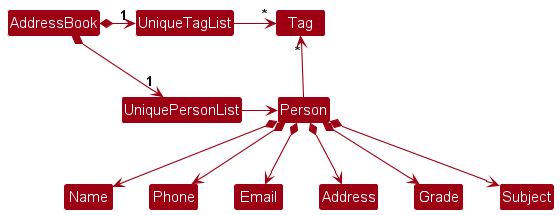
nus-cs2103-AY2324S2/tp keeps this PlantUML diagram as docs/images/BetterModelClassDiagram.png. Above is the earlier version. Its source is kept beside it as docs/diagrams/BetterModelClassDiagram.puml.
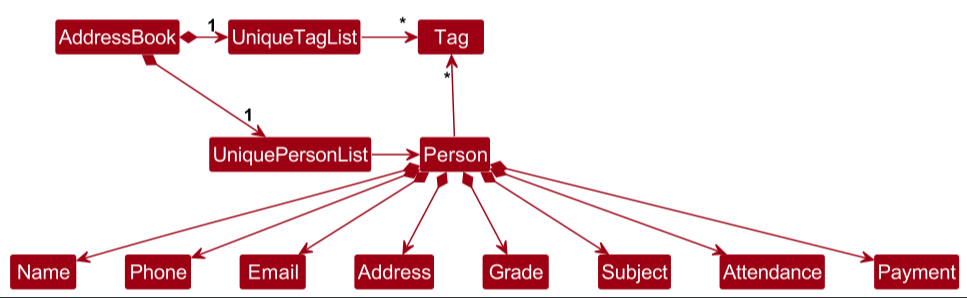
After the change.

Commit message:
update UML file to include attendance and payment in class diagram

What changed in the source:
```diff
@@ -20,4 +20,6 @@
 Person *--> Address
 Person *--> Grade
 Person *--> Subject
+Person *--> Attendance
+Person *--> Payment
 @enduml
```
